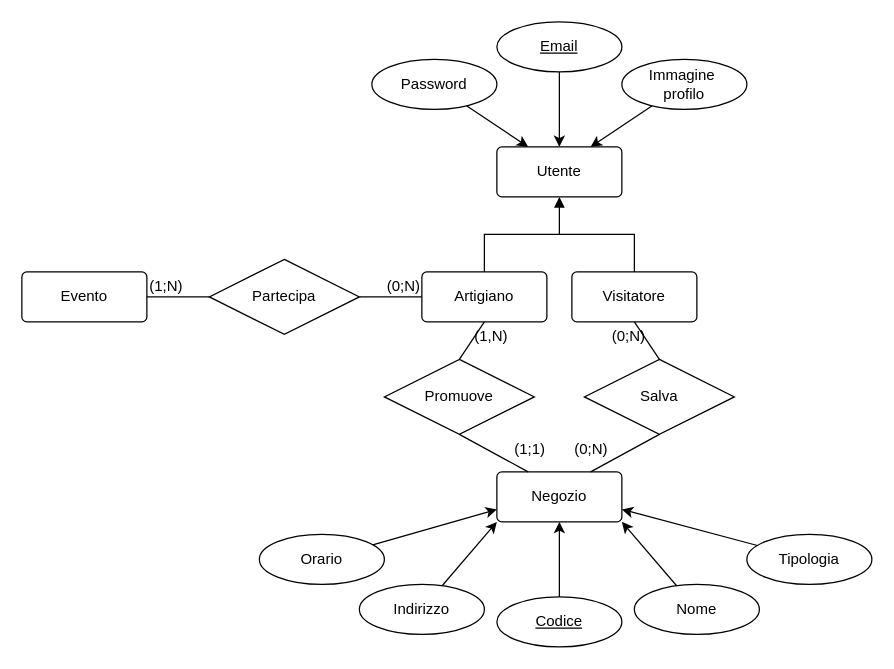
Before: ER_concettuale.drawio in Samu221/progettoGPO, a draw.io diagram. Source tidied: cells renumbered, new cells numbered last; positions are measured from the earlier drawing's top-left corner, leaving out a move shared by most shapes. Both pictures are drawn from the tidied source at 125%, with x=0, y=0 at pixel (21, 21).
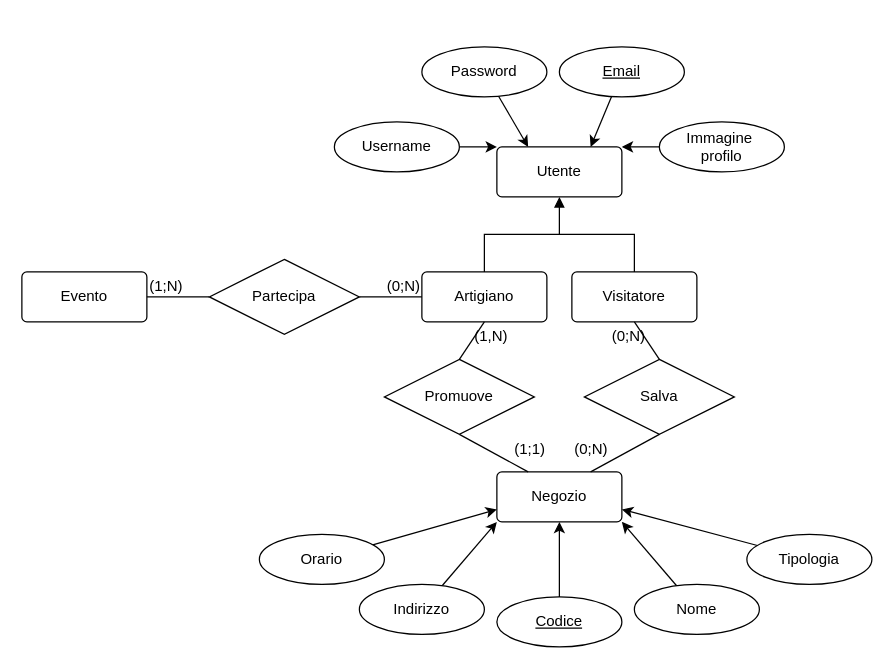
After the change.

Commit message:
progettazione concettuale

Unchanged cells that the change refers to:
```xml
<mxCell id="2" value="Utente" style="rounded=1;arcSize=10;whiteSpace=wrap;html=1;align=center;" parent="1" vertex="1">
  <mxGeometry x="380" y="100" width="100" height="40" as="geometry" />
</mxCell>
```

The edit, as a diff of the source:
```diff
@@
     <mxCell id="3" value="Password" style="ellipse;whiteSpace=wrap;html=1;align=center;" parent="1" vertex="1">
-      <mxGeometry x="280" y="30" width="100" height="40" as="geometry" />
+      <mxGeometry x="320" y="20" width="100" height="40" as="geometry" />
     </mxCell>
     <mxCell id="4" value="Email" style="ellipse;whiteSpace=wrap;html=1;align=center;fontStyle=4;" parent="1" vertex="1">
-      <mxGeometry x="380" width="100" height="40" as="geometry" />
+      <mxGeometry x="430" y="20" width="100" height="40" as="geometry" />
     </mxCell>
-    <mxCell id="5" style="rounded=0;jettySize=auto;html=1;" parent="1" edge="1" source="4">
-      <mxGeometry relative="1" as="geometry">
-        <mxPoint x="430" y="100" as="targetPoint" />
-      </mxGeometry>
+    <mxCell id="5" style="rounded=0;jettySize=auto;html=1;entryX=0.75;entryY=0;entryDx=0;entryDy=0;" parent="1" edge="1" source="4" target="2">
+      <mxGeometry relative="1" as="geometry" />
     </mxCell>
@@
-    <mxCell id="7" style="rounded=0;jettySize=auto;html=1;entryX=0.75;entryY=0;entryDx=0;entryDy=0;" parent="1" edge="1" source="8" target="2">
+    <mxCell id="7" style="rounded=0;jettySize=auto;html=1;entryX=1;entryY=0;entryDx=0;entryDy=0;" parent="1" edge="1" source="8" target="2">
       <mxGeometry relative="1" as="geometry" />
     </mxCell>
     <mxCell id="8" value="Immagine&amp;nbsp;&lt;div&gt;profilo&lt;/div&gt;" style="ellipse;whiteSpace=wrap;html=1;align=center;" parent="1" vertex="1">
-      <mxGeometry x="480" y="30" width="100" height="40" as="geometry" />
+      <mxGeometry x="510" y="80" width="100" height="40" as="geometry" />
     </mxCell>
@@
+    <mxCell id="40" style="rounded=0;jettySize=auto;html=1;entryX=0;entryY=0;entryDx=0;entryDy=0;" parent="1" edge="1" source="41" target="2">
+      <mxGeometry relative="1" as="geometry" />
+    </mxCell>
+    <mxCell id="41" value="Username" style="ellipse;whiteSpace=wrap;html=1;align=center;" parent="1" vertex="1">
+      <mxGeometry x="250" y="80" width="100" height="40" as="geometry" />
+    </mxCell>
```
